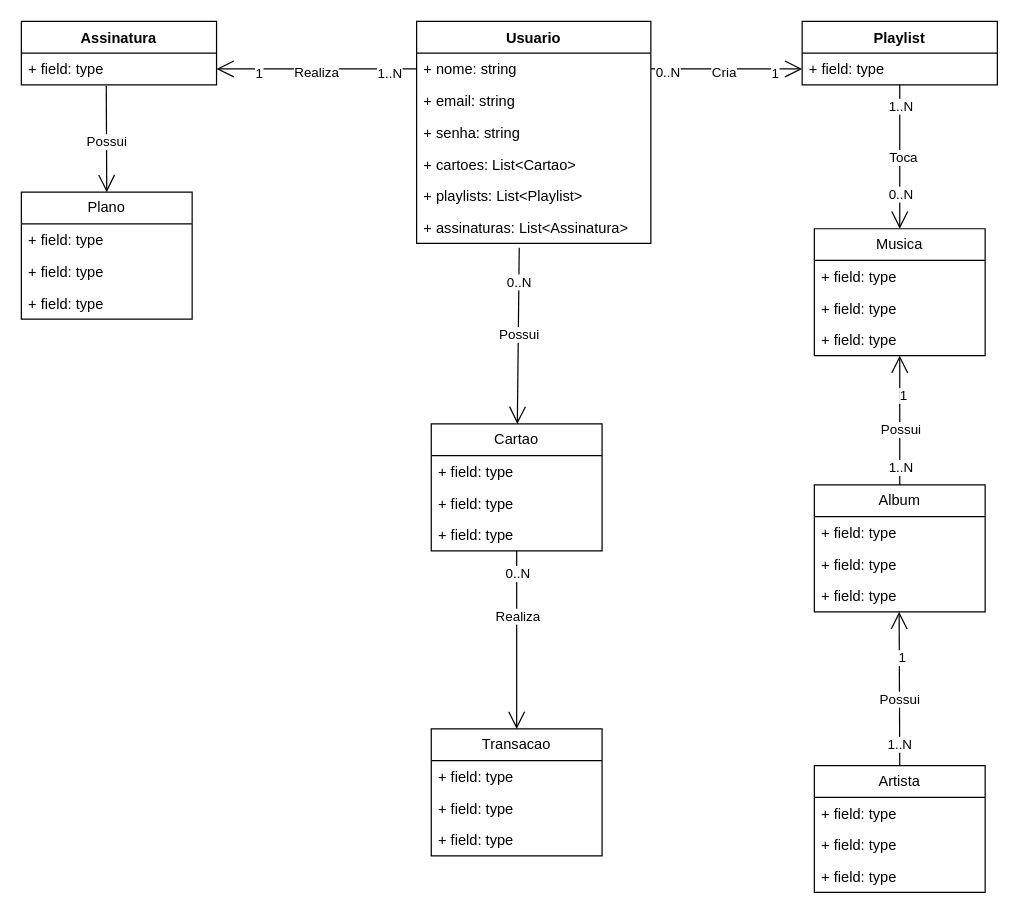
Before: Docs/UML.drawio in YuriNasci/SoundVillage, a draw.io diagram. Source tidied: cells renumbered, new cells numbered last; positions are measured from the earlier drawing's top-left corner, leaving out a move shared by most shapes. Both pictures are drawn from the tidied source at 122%, with x=0, y=0 at pixel (21, 21).
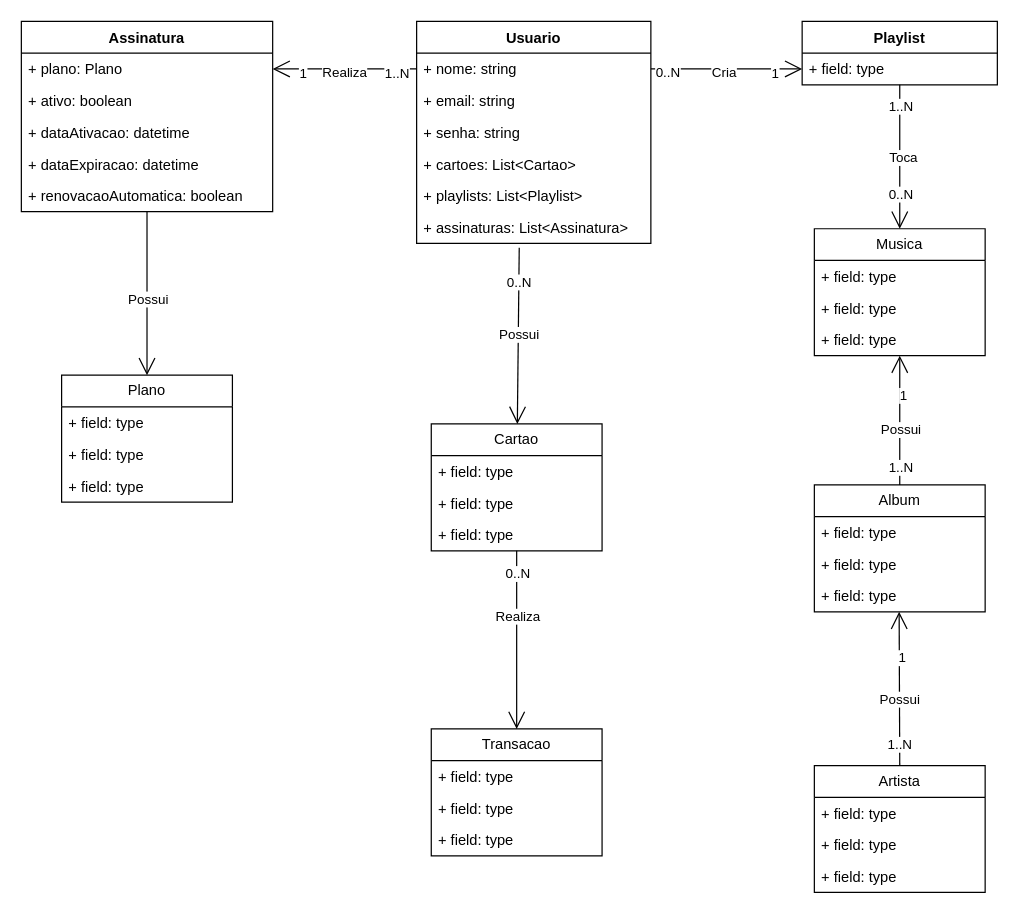
The same diagram, later.

The edit, as a diff of the source:
```diff
@@
     <mxCell id="2" value="Assinatura" style="swimlane;fontStyle=1;align=center;verticalAlign=top;horizontal=1;startSize=26;whiteSpace=wrap;html=1;" parent="1" vertex="1">
-      <mxGeometry width="160" height="52" as="geometry" />
+      <mxGeometry width="206" height="156" as="geometry" />
     </mxCell>
-    <mxCell id="3" value="+ field: type" style="text;strokeColor=none;fillColor=none;align=left;verticalAlign=top;spacingLeft=4;spacingRight=4;overflow=hidden;points=[[0,0.5],[1,0.5]];portConstraint=eastwest;whiteSpace=wrap;html=1;" parent="2" vertex="1">
-      <mxGeometry y="26" width="160" height="26" as="geometry" />
+    <mxCell id="3" value="+ plano: Plano" style="text;strokeColor=none;fillColor=none;align=left;verticalAlign=top;spacingLeft=4;spacingRight=4;overflow=hidden;points=[[0,0.5],[1,0.5]];portConstraint=eastwest;whiteSpace=wrap;html=1;" parent="2" vertex="1">
+      <mxGeometry y="26" width="206" height="26" as="geometry" />
     </mxCell>
+    <mxCell id="65" value="+ ativo: boolean" style="text;strokeColor=none;fillColor=none;align=left;verticalAlign=top;spacingLeft=4;spacingRight=4;overflow=hidden;whiteSpace=wrap;html=1;" parent="2" vertex="1">
+      <mxGeometry y="52" width="206" height="26" as="geometry" />
+    </mxCell>
+    <mxCell id="66" value="+ dataAtivacao: datetime" style="text;strokeColor=none;fillColor=none;align=left;verticalAlign=top;spacingLeft=4;spacingRight=4;overflow=hidden;whiteSpace=wrap;html=1;" parent="2" vertex="1">
+      <mxGeometry y="78" width="206" height="26" as="geometry" />
+    </mxCell>
+    <mxCell id="67" value="+ dataExpiracao: datetime" style="text;strokeColor=none;fillColor=none;align=left;verticalAlign=top;spacingLeft=4;spacingRight=4;overflow=hidden;whiteSpace=wrap;html=1;" parent="2" vertex="1">
+      <mxGeometry y="104" width="206" height="26" as="geometry" />
+    </mxCell>
+    <mxCell id="68" value="+ renovacaoAutomatica: boolean" style="text;strokeColor=none;fillColor=none;align=left;verticalAlign=top;spacingLeft=4;spacingRight=4;overflow=hidden;points=[[0,0.5],[1,0.5]];portConstraint=eastwest;whiteSpace=wrap;html=1;" parent="2" vertex="1">
+      <mxGeometry y="130" width="206" height="26" as="geometry" />
+    </mxCell>
@@
     <mxCell id="29" value="Plano" style="swimlane;fontStyle=0;horizontal=1;startSize=26;fillColor=none;whiteSpace=wrap;html=1;" parent="1" vertex="1">
-      <mxGeometry y="140" width="140" height="104" as="geometry" />
+      <mxGeometry x="33" y="290" width="140" height="104" as="geometry" />
     </mxCell>
@@
-    <mxCell id="33" style="endArrow=open;endFill=1;endSize=12;html=1;rounded=0;entryX=0.5;entryY=0;entryDx=0;entryDy=0;exitX=0.435;exitY=1.031;exitDx=0;exitDy=0;exitPerimeter=0;entryPerimeter=0;" parent="1" edge="1" source="3" target="29">
+    <mxCell id="33" style="endArrow=open;endFill=1;endSize=12;html=1;rounded=0;entryX=0.5;entryY=0;entryDx=0;entryDy=0;entryPerimeter=0;" parent="1" edge="1" source="68" target="29">
       <mxGeometry relative="1" as="geometry" />
     </mxCell>
```
